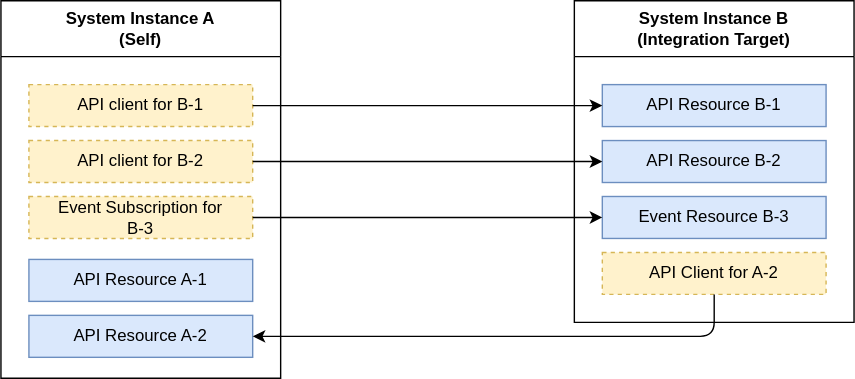
The draw.io diagram specification/pr-226/img/integration-dependency-ps.drawio.svg in open-resource-discovery/pr-preview, before a commit. Source tidied: cells renumbered, new cells last; positions are measured from the earlier drawing's top-left corner, leaving out a move shared by most shapes. Source of this version:
```xml
<mxGraphModel>
  <root>
    <mxCell id="0" />
    <mxCell id="1" parent="0" />
    <mxCell id="2" value="System Instance A&lt;br&gt;(Self)" style="swimlane;whiteSpace=wrap;html=1;startSize=40;" parent="1" vertex="1">
      <mxGeometry width="200" height="270" as="geometry" />
    </mxCell>
    <mxCell id="3" value="API Resource A-1" style="rounded=0;whiteSpace=wrap;html=1;fillColor=#dae8fc;strokeColor=#6c8ebf;" parent="2" vertex="1">
      <mxGeometry x="20" y="185" width="160" height="30" as="geometry" />
    </mxCell>
    <mxCell id="4" value="API Resource A-2" style="rounded=0;whiteSpace=wrap;html=1;fillColor=#dae8fc;strokeColor=#6c8ebf;" parent="2" vertex="1">
      <mxGeometry x="20" y="225" width="160" height="30" as="geometry" />
    </mxCell>
    <mxCell id="5" value="API client for B-1" style="rounded=0;whiteSpace=wrap;html=1;dashed=1;fillColor=#fff2cc;strokeColor=#d6b656;fontColor=default;" parent="2" vertex="1">
      <mxGeometry x="20" y="60" width="160" height="30" as="geometry" />
    </mxCell>
    <mxCell id="6" value="API client for B-2" style="rounded=0;whiteSpace=wrap;html=1;dashed=1;fillColor=#fff2cc;strokeColor=#d6b656;fontColor=default;" parent="2" vertex="1">
      <mxGeometry x="20" y="100" width="160" height="30" as="geometry" />
    </mxCell>
    <mxCell id="7" value="Event Subscription for&amp;nbsp;&lt;br&gt;&amp;nbsp;B-3&amp;nbsp;" style="rounded=0;whiteSpace=wrap;html=1;dashed=1;fillColor=#fff2cc;strokeColor=#d6b656;fontColor=default;" parent="2" vertex="1">
      <mxGeometry x="20" y="140" width="160" height="30" as="geometry" />
    </mxCell>
    <mxCell id="8" value="System Instance B &lt;br&gt;(Integration Target)" style="swimlane;whiteSpace=wrap;html=1;startSize=40;" parent="1" vertex="1">
      <mxGeometry x="410" width="200" height="230" as="geometry" />
    </mxCell>
    <mxCell id="9" value="API Resource B-1" style="rounded=0;whiteSpace=wrap;html=1;fillColor=#dae8fc;strokeColor=#6c8ebf;" parent="8" vertex="1">
      <mxGeometry x="20" y="60" width="160" height="30" as="geometry" />
    </mxCell>
    <mxCell id="10" value="API Resource B-2" style="rounded=0;whiteSpace=wrap;html=1;fillColor=#dae8fc;strokeColor=#6c8ebf;" parent="8" vertex="1">
      <mxGeometry x="20" y="100" width="160" height="30" as="geometry" />
    </mxCell>
    <mxCell id="11" value="Event Resource B-3" style="rounded=0;whiteSpace=wrap;html=1;fillColor=#dae8fc;strokeColor=#6c8ebf;" parent="8" vertex="1">
      <mxGeometry x="20" y="140" width="160" height="30" as="geometry" />
    </mxCell>
    <mxCell id="12" value="API Client for A-2" style="rounded=0;whiteSpace=wrap;html=1;fillColor=#fff2cc;strokeColor=#d6b656;dashed=1;" parent="8" vertex="1">
      <mxGeometry x="20" y="180" width="160" height="30" as="geometry" />
    </mxCell>
    <mxCell id="13" style="edgeStyle=none;html=1;entryX=1;entryY=0.5;entryDx=0;entryDy=0;" parent="1" edge="1" source="12" target="4">
      <mxGeometry relative="1" as="geometry">
        <Array as="points">
          <mxPoint x="510" y="240" />
        </Array>
      </mxGeometry>
    </mxCell>
    <mxCell id="14" style="edgeStyle=none;html=1;" parent="1" edge="1" source="5" target="9">
      <mxGeometry relative="1" as="geometry" />
    </mxCell>
    <mxCell id="15" style="edgeStyle=none;html=1;" parent="1" edge="1" source="6" target="10">
      <mxGeometry relative="1" as="geometry" />
    </mxCell>
    <mxCell id="16" style="edgeStyle=none;html=1;entryX=0;entryY=0.5;entryDx=0;entryDy=0;" parent="1" edge="1" source="7" target="11">
      <mxGeometry relative="1" as="geometry" />
    </mxCell>
  </root>
</mxGraphModel>
```
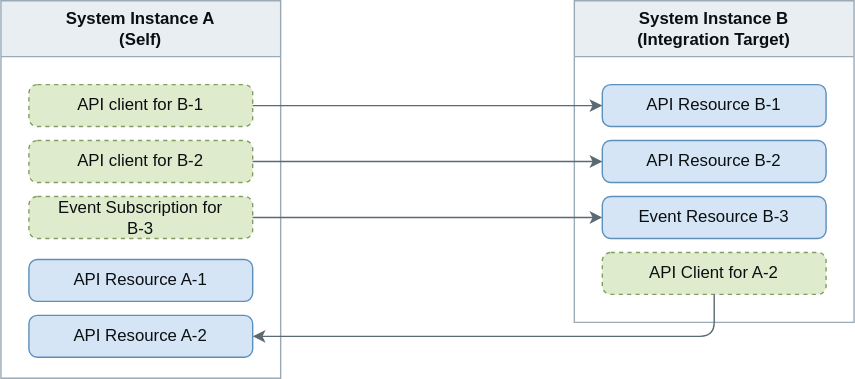
After the commit.

Change to the diagram source:
```diff
@@ -2,53 +2,53 @@
   <root>
     <mxCell id="0" />
     <mxCell id="1" parent="0" />
-    <mxCell id="2" value="System Instance A&lt;br&gt;(Self)" style="swimlane;whiteSpace=wrap;html=1;startSize=40;" parent="1" vertex="1">
+    <mxCell id="2" value="System Instance A&lt;br&gt;(Self)" style="swimlane;whiteSpace=wrap;html=1;startSize=40;fontColor=#0a0f12;fillColor=#e9eef3;strokeColor=#9aabb7;swimlaneFillColor=#ffffff;" parent="1" vertex="1">
       <mxGeometry width="200" height="270" as="geometry" />
     </mxCell>
-    <mxCell id="3" value="API Resource A-1" style="rounded=0;whiteSpace=wrap;html=1;fillColor=#dae8fc;strokeColor=#6c8ebf;" parent="2" vertex="1">
+    <mxCell id="3" value="API Resource A-1" style="rounded=1;whiteSpace=wrap;html=1;fillColor=#d5e5f6;strokeColor=#5c8fb9;arcSize=12;absoluteArcSize=1;fontColor=#0a0f12;" parent="2" vertex="1">
       <mxGeometry x="20" y="185" width="160" height="30" as="geometry" />
     </mxCell>
-    <mxCell id="4" value="API Resource A-2" style="rounded=0;whiteSpace=wrap;html=1;fillColor=#dae8fc;strokeColor=#6c8ebf;" parent="2" vertex="1">
+    <mxCell id="4" value="API Resource A-2" style="rounded=1;whiteSpace=wrap;html=1;fillColor=#d5e5f6;strokeColor=#5c8fb9;arcSize=12;absoluteArcSize=1;fontColor=#0a0f12;" parent="2" vertex="1">
       <mxGeometry x="20" y="225" width="160" height="30" as="geometry" />
     </mxCell>
-    <mxCell id="5" value="API client for B-1" style="rounded=0;whiteSpace=wrap;html=1;dashed=1;fillColor=#fff2cc;strokeColor=#d6b656;fontColor=default;" parent="2" vertex="1">
+    <mxCell id="5" value="API client for B-1" style="rounded=1;whiteSpace=wrap;html=1;dashed=1;fillColor=#dfebcd;strokeColor=#829e5e;fontColor=#0a0f12;arcSize=12;absoluteArcSize=1;" parent="2" vertex="1">
       <mxGeometry x="20" y="60" width="160" height="30" as="geometry" />
     </mxCell>
-    <mxCell id="6" value="API client for B-2" style="rounded=0;whiteSpace=wrap;html=1;dashed=1;fillColor=#fff2cc;strokeColor=#d6b656;fontColor=default;" parent="2" vertex="1">
+    <mxCell id="6" value="API client for B-2" style="rounded=1;whiteSpace=wrap;html=1;dashed=1;fillColor=#dfebcd;strokeColor=#829e5e;fontColor=#0a0f12;arcSize=12;absoluteArcSize=1;" parent="2" vertex="1">
       <mxGeometry x="20" y="100" width="160" height="30" as="geometry" />
     </mxCell>
-    <mxCell id="7" value="Event Subscription for&amp;nbsp;&lt;br&gt;&amp;nbsp;B-3&amp;nbsp;" style="rounded=0;whiteSpace=wrap;html=1;dashed=1;fillColor=#fff2cc;strokeColor=#d6b656;fontColor=default;" parent="2" vertex="1">
+    <mxCell id="7" value="Event Subscription for&amp;nbsp;&lt;br&gt;&amp;nbsp;B-3&amp;nbsp;" style="rounded=1;whiteSpace=wrap;html=1;dashed=1;fillColor=#dfebcd;strokeColor=#829e5e;fontColor=#0a0f12;arcSize=12;absoluteArcSize=1;" parent="2" vertex="1">
       <mxGeometry x="20" y="140" width="160" height="30" as="geometry" />
     </mxCell>
-    <mxCell id="8" value="System Instance B &lt;br&gt;(Integration Target)" style="swimlane;whiteSpace=wrap;html=1;startSize=40;" parent="1" vertex="1">
+    <mxCell id="8" value="System Instance B &lt;br&gt;(Integration Target)" style="swimlane;whiteSpace=wrap;html=1;startSize=40;fontColor=#0a0f12;fillColor=#e9eef3;strokeColor=#9aabb7;swimlaneFillColor=#ffffff;" parent="1" vertex="1">
       <mxGeometry x="410" width="200" height="230" as="geometry" />
     </mxCell>
-    <mxCell id="9" value="API Resource B-1" style="rounded=0;whiteSpace=wrap;html=1;fillColor=#dae8fc;strokeColor=#6c8ebf;" parent="8" vertex="1">
+    <mxCell id="9" value="API Resource B-1" style="rounded=1;whiteSpace=wrap;html=1;fillColor=#d5e5f6;strokeColor=#5c8fb9;arcSize=12;absoluteArcSize=1;fontColor=#0a0f12;" parent="8" vertex="1">
       <mxGeometry x="20" y="60" width="160" height="30" as="geometry" />
     </mxCell>
-    <mxCell id="10" value="API Resource B-2" style="rounded=0;whiteSpace=wrap;html=1;fillColor=#dae8fc;strokeColor=#6c8ebf;" parent="8" vertex="1">
+    <mxCell id="10" value="API Resource B-2" style="rounded=1;whiteSpace=wrap;html=1;fillColor=#d5e5f6;strokeColor=#5c8fb9;arcSize=12;absoluteArcSize=1;fontColor=#0a0f12;" parent="8" vertex="1">
       <mxGeometry x="20" y="100" width="160" height="30" as="geometry" />
     </mxCell>
-    <mxCell id="11" value="Event Resource B-3" style="rounded=0;whiteSpace=wrap;html=1;fillColor=#dae8fc;strokeColor=#6c8ebf;" parent="8" vertex="1">
+    <mxCell id="11" value="Event Resource B-3" style="rounded=1;whiteSpace=wrap;html=1;fillColor=#d5e5f6;strokeColor=#5c8fb9;arcSize=12;absoluteArcSize=1;fontColor=#0a0f12;" parent="8" vertex="1">
       <mxGeometry x="20" y="140" width="160" height="30" as="geometry" />
     </mxCell>
-    <mxCell id="12" value="API Client for A-2" style="rounded=0;whiteSpace=wrap;html=1;fillColor=#fff2cc;strokeColor=#d6b656;dashed=1;" parent="8" vertex="1">
+    <mxCell id="12" value="API Client for A-2" style="rounded=1;whiteSpace=wrap;html=1;fillColor=#dfebcd;strokeColor=#829e5e;dashed=1;arcSize=12;absoluteArcSize=1;fontColor=#0a0f12;" parent="8" vertex="1">
       <mxGeometry x="20" y="180" width="160" height="30" as="geometry" />
     </mxCell>
-    <mxCell id="13" style="edgeStyle=none;html=1;entryX=1;entryY=0.5;entryDx=0;entryDy=0;" parent="1" edge="1" source="12" target="4">
+    <mxCell id="13" style="edgeStyle=none;html=1;entryX=1;entryY=0.5;entryDx=0;entryDy=0;fontColor=#0a0f12;strokeColor=#5a6a73;" parent="1" edge="1" source="12" target="4">
       <mxGeometry relative="1" as="geometry">
         <Array as="points">
           <mxPoint x="510" y="240" />
         </Array>
       </mxGeometry>
     </mxCell>
-    <mxCell id="14" style="edgeStyle=none;html=1;" parent="1" edge="1" source="5" target="9">
+    <mxCell id="14" style="edgeStyle=none;html=1;fontColor=#0a0f12;strokeColor=#5a6a73;" parent="1" edge="1" source="5" target="9">
       <mxGeometry relative="1" as="geometry" />
     </mxCell>
-    <mxCell id="15" style="edgeStyle=none;html=1;" parent="1" edge="1" source="6" target="10">
+    <mxCell id="15" style="edgeStyle=none;html=1;fontColor=#0a0f12;strokeColor=#5a6a73;" parent="1" edge="1" source="6" target="10">
       <mxGeometry relative="1" as="geometry" />
     </mxCell>
-    <mxCell id="16" style="edgeStyle=none;html=1;entryX=0;entryY=0.5;entryDx=0;entryDy=0;" parent="1" edge="1" source="7" target="11">
+    <mxCell id="16" style="edgeStyle=none;html=1;entryX=0;entryY=0.5;entryDx=0;entryDy=0;fontColor=#0a0f12;strokeColor=#5a6a73;" parent="1" edge="1" source="7" target="11">
       <mxGeometry relative="1" as="geometry" />
     </mxCell>
   </root>
```
